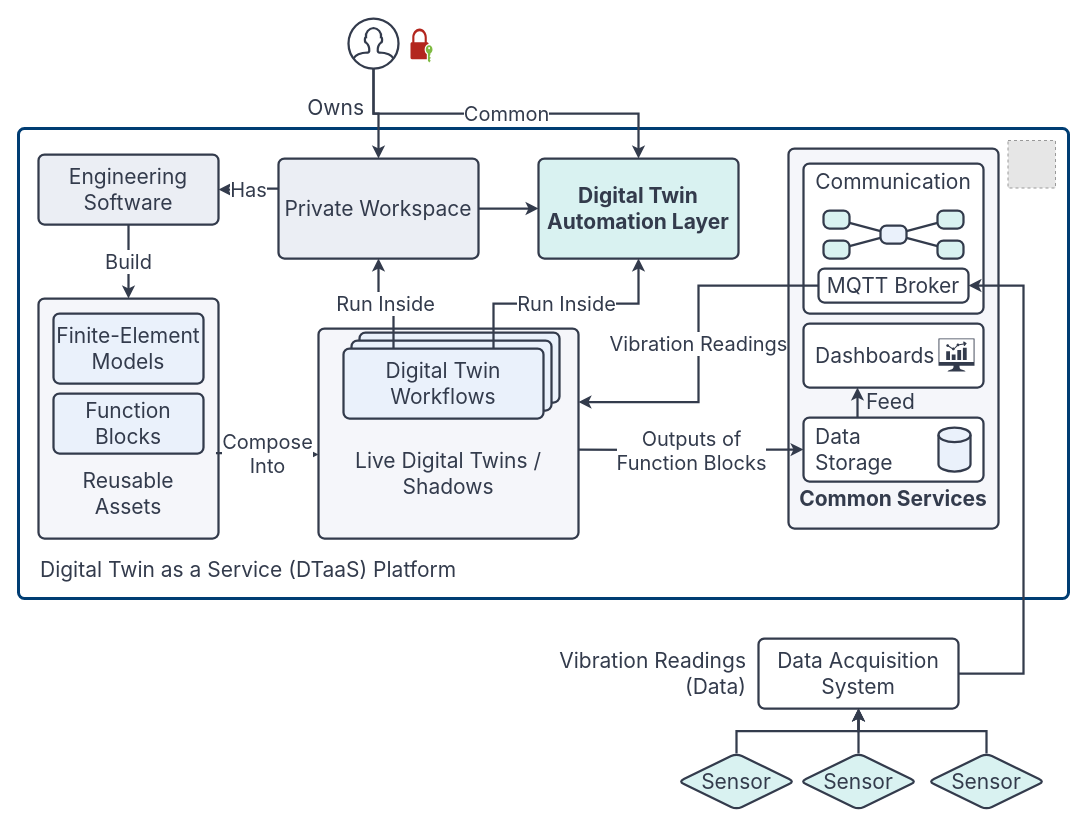
Earlier version of the draw.io diagram page "developer/system/research-overview/dtaas-userview.png" (22 of 36) of docs/assets/diagrams/dtaas-diagrams.drawio (INTO-CPS-Association/DTaaS). Source tidied: cells renumbered, new cells numbered last; positions are measured from the earlier drawing's top-left corner, leaving out a move shared by most shapes. Both pictures are drawn from the tidied source at 100%, with x=0, y=0 at pixel (18, 18). Pictures stored in the file or linked from it are replaced by grey dashed boxes.
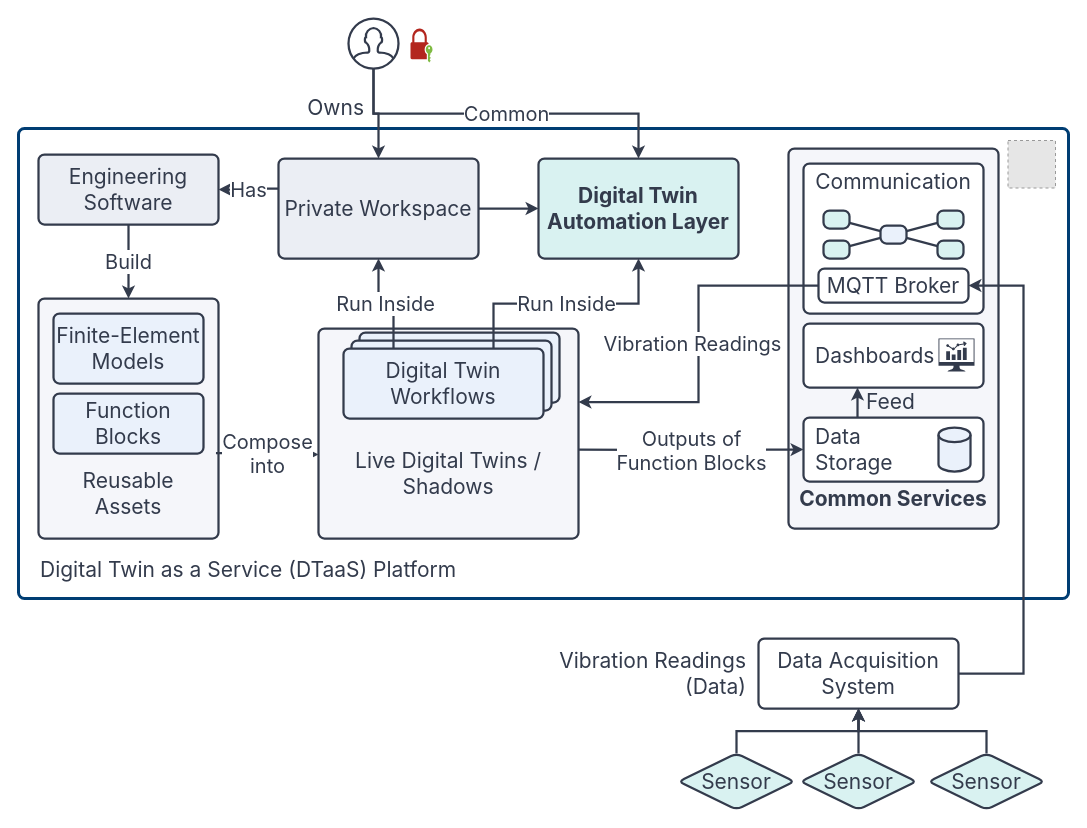
The same page after the edit.

Unchanged cells that the change refers to:
```xml
<mxCell id="9" style="rounded=1;whiteSpace=wrap;html=1;strokeColor=#333b4c;fontFamily=Inter;fontSize=20;fontColor=#333b4c;fillColor=#f5f6fa;strokeWidth=2.25;absoluteArcSize=1;arcSize=12;" parent="1" vertex="1">
  <mxGeometry x="20" y="280" width="180" height="240" as="geometry" />
</mxCell>
<mxCell id="13" style="rounded=1;whiteSpace=wrap;html=1;strokeColor=#333b4c;fontFamily=Inter;fontSize=20;fontColor=#333b4c;fillColor=#f5f6fa;strokeWidth=2.25;absoluteArcSize=1;arcSize=12;" parent="1" vertex="1">
  <mxGeometry x="300" y="310" width="260" height="210" as="geometry" />
</mxCell>
<mxCell id="30" value="MQTT Broker" style="rounded=1;whiteSpace=wrap;html=1;strokeColor=#333b4c;fontFamily=Inter;fontSize=21;fontColor=#333b4c;fillColor=#ffffff;strokeWidth=2.25;absoluteArcSize=1;arcSize=12;" parent="1" vertex="1">
  <mxGeometry x="800" y="250" width="150" height="34" as="geometry" />
</mxCell>
```

What changed in the source:
```diff
@@
-    <mxCell id="50" value="Compose&lt;br&gt;Into" style="edgeStyle=orthogonalEdgeStyle;rounded=0;html=1;endArrow=classic;strokeColor=#333b4c;labelBackgroundColor=default;fontFamily=Inter;fontSize=20;fontColor=#333b4c;exitX=0.986;exitY=0.644;entryX=0;entryY=0.6;strokeWidth=2.25;exitDx=0;exitDy=0;exitPerimeter=0;" parent="1" edge="1" source="9" target="13">
+    <mxCell id="50" value="Compose&lt;br&gt;into" style="edgeStyle=orthogonalEdgeStyle;rounded=0;html=1;endArrow=classic;strokeColor=#333b4c;labelBackgroundColor=default;fontFamily=Inter;fontSize=20;fontColor=#333b4c;exitX=0.986;exitY=0.644;entryX=0;entryY=0.6;strokeWidth=2.25;exitDx=0;exitDy=0;exitPerimeter=0;" parent="1" edge="1" source="9" target="13">
       <mxGeometry relative="1" as="geometry" />
     </mxCell>
@@
     <mxCell id="53" value="Vibration Readings" style="edgeStyle=orthogonalEdgeStyle;rounded=0;html=1;endArrow=classic;strokeColor=#333b4c;labelBackgroundColor=default;fontFamily=Inter;fontSize=20;fontColor=#333b4c;exitX=0;exitY=0.5;entryX=1;entryY=0.35;strokeWidth=2.25;" parent="1" edge="1" source="30" target="13">
-      <mxGeometry relative="1" as="geometry" />
+      <mxGeometry relative="1" as="geometry">
+        <mxPoint x="-6" as="offset" />
+      </mxGeometry>
     </mxCell>
```
